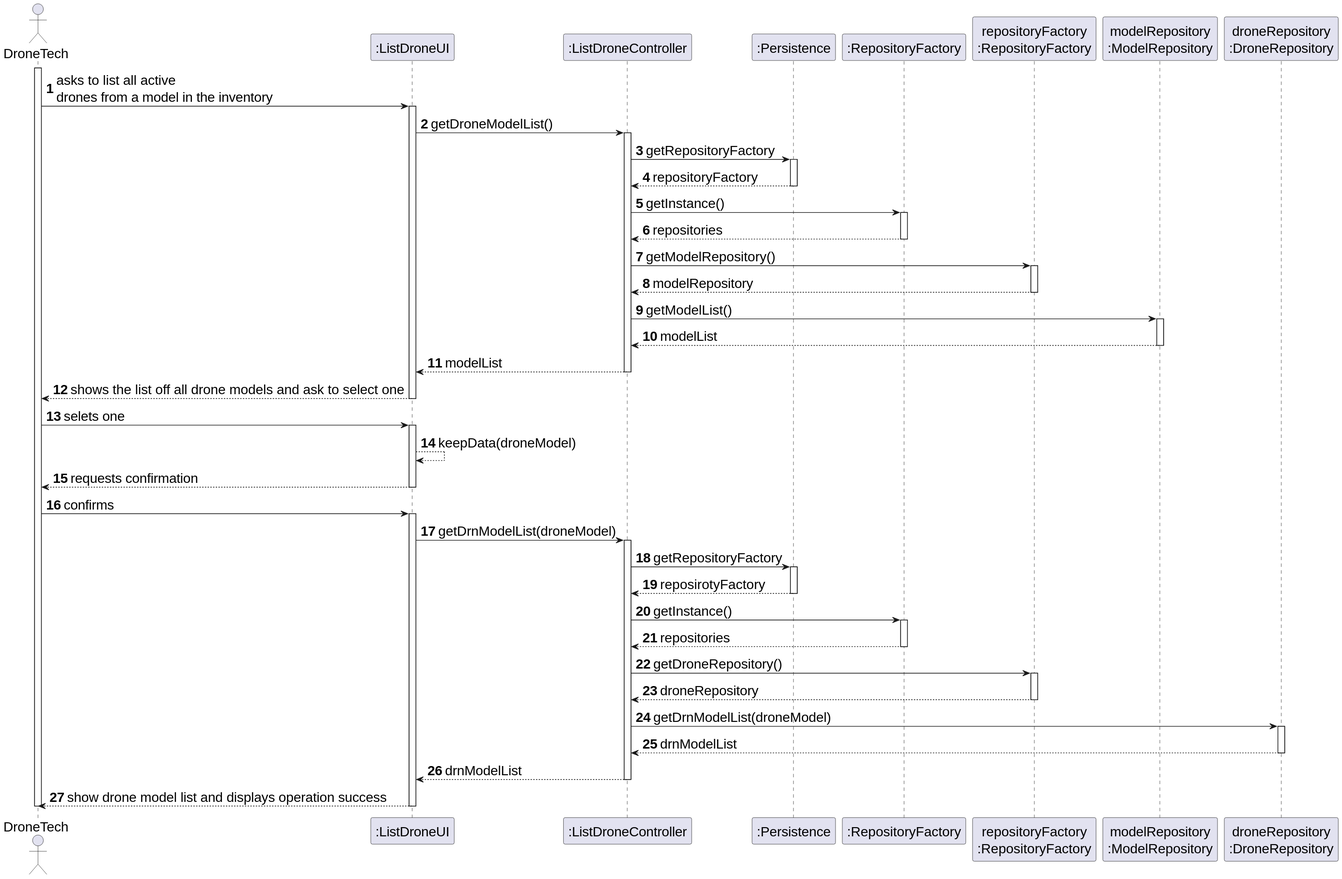
The PlantUML diagram docs/SPRINT_2/US243/images/sequence_diagram_us243.svg in diogoveirospro/sem4pi-2024-2025-sem4pi_2024_2025_g44, before a commit.
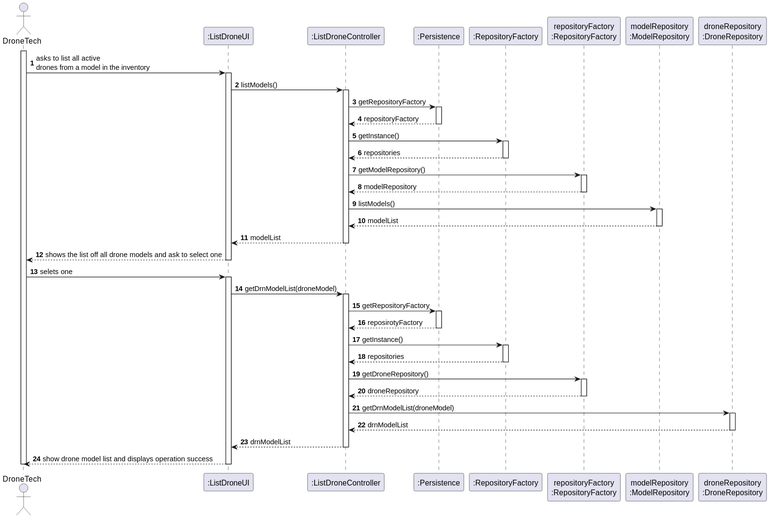
Above is the later version.

Change to the diagram source:
```diff
@@ -1,5 +1,4 @@
 @startuml
-skinparamlocked defaultFontSize 20
 skinparam packageStyle rectangle
 skinparam shadowing false
 
@@ -18,7 +17,7 @@
 
         EDT -> UI : asks to list all active \ndrones from a model in the inventory
         activate UI
-            UI -> CTRL : getDroneModelList()
+            UI -> CTRL : listModels()
                         activate CTRL
                             CTRL -> PERS : getRepositoryFactory
                             activate PERS
@@ -34,7 +33,7 @@
                                 REPOS_SINGLETON --> CTRL: modelRepository
                             deactivate REPOS_SINGLETON
 
-                            CTRL -> MOD_REPO : getModelList()
+                            CTRL -> MOD_REPO : listModels()
                             activate MOD_REPO
                                 MOD_REPO --> CTRL : modelList
                             deactivate MOD_REPO
@@ -44,14 +43,8 @@
                            deactivate UI
                      EDT -> UI : selets one
                         activate UI
-            UI --> UI : keepData(droneModel)
 
 
-
-    UI --> EDT : requests confirmation
-    deactivate UI
-    EDT -> UI : confirms
-    activate UI
         UI -> CTRL : getDrnModelList(droneModel)
         activate CTRL
                                         CTRL -> PERS : getRepositoryFactory
```
